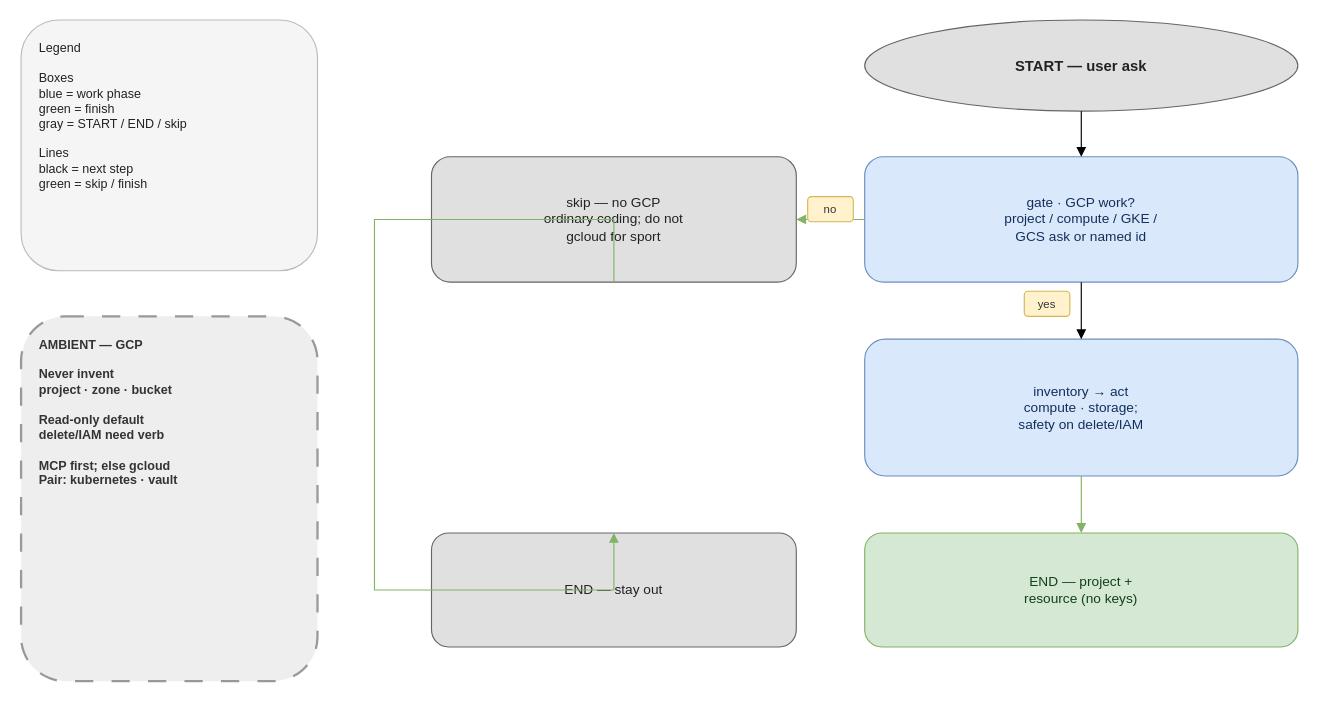
Above: plugins/google-cloud/docs/google-cloud-workflow.drawio in nodadyoushutup/marketplace (draw.io), before the change. Source tidied: cells renumbered, new cells numbered last; positions are measured from the earlier drawing's top-left corner, leaving out a move shared by most shapes. Both pictures are drawn from the tidied source at 114%, with x=0, y=0 at pixel (21, 19).
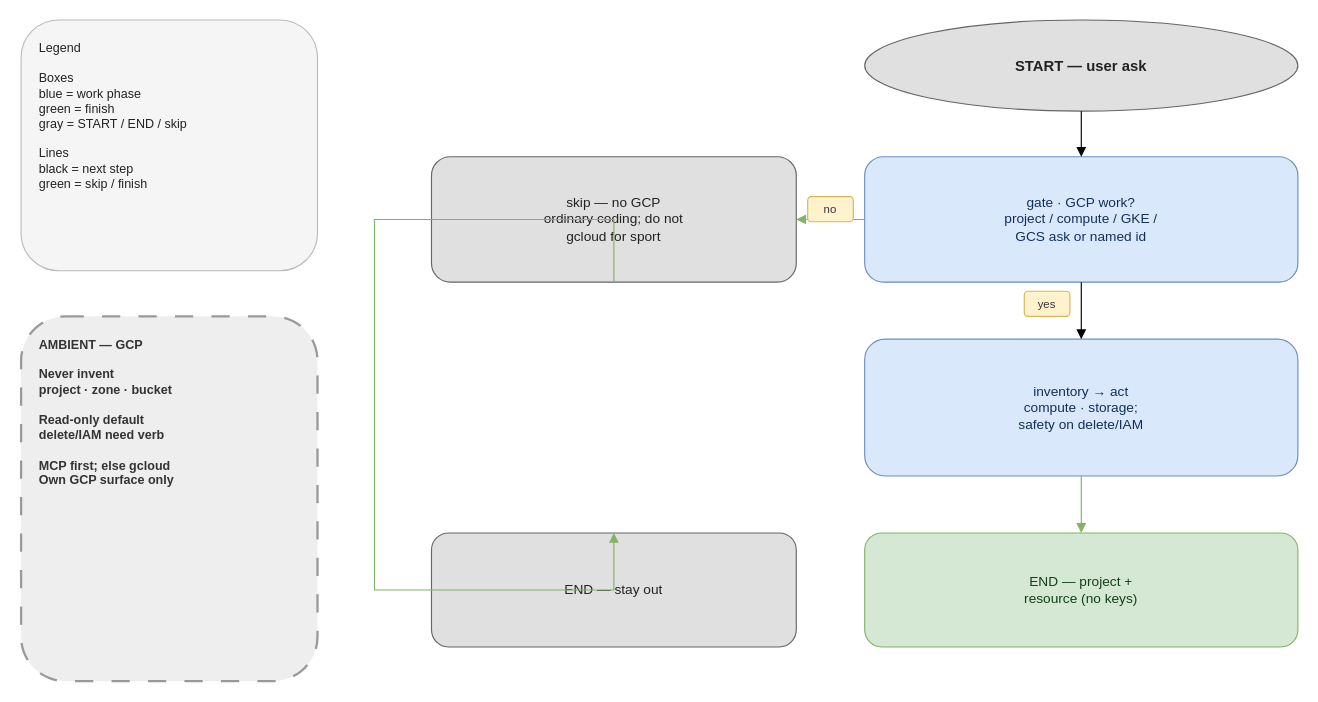
Above is the later version.

The edit, as a diff of the source:
```diff
@@
 <mxGraphModel>
   <root>
     <mxCell id="0" />
     <mxCell id="1" parent="0" />
     <mxCell id="2" value="Legend&#10;&#10;Boxes&#10;blue = work phase&#10;green = finish&#10;gray = START / END / skip&#10;&#10;Lines&#10;black = next step&#10;green = skip / finish" style="rounded=1;whiteSpace=wrap;html=1;align=left;verticalAlign=top;spacingLeft=14;spacingRight=14;spacingTop=12;spacingBottom=12;fontSize=11;fillColor=#f5f5f5;strokeColor=#bbbbbb;fontColor=#222222;" parent="1" vertex="1">
       <mxGeometry width="260" height="220" as="geometry" />
     </mxCell>
-    <mxCell id="3" value="AMBIENT — GCP&#10;&#10;Never invent&#10;project · zone · bucket&#10;&#10;Read-only default&#10;delete/IAM need verb&#10;&#10;MCP first; else gcloud&#10;Pair: kubernetes · vault" style="rounded=1;whiteSpace=wrap;html=1;dashed=1;dashPattern=8 8;align=left;verticalAlign=top;spacingLeft=14;spacingRight=14;spacingTop=12;spacingBottom=12;fontSize=11;fontStyle=1;fillColor=#eeeeee;strokeColor=#999999;strokeWidth=2;fontColor=#333333;" parent="1" vertex="1">
+    <mxCell id="3" value="AMBIENT — GCP&#10;&#10;Never invent&#10;project · zone · bucket&#10;&#10;Read-only default&#10;delete/IAM need verb&#10;&#10;MCP first; else gcloud&#10;Own GCP surface only" style="rounded=1;whiteSpace=wrap;html=1;dashed=1;dashPattern=8 8;align=left;verticalAlign=top;spacingLeft=14;spacingRight=14;spacingTop=12;spacingBottom=12;fontSize=11;fontStyle=1;fillColor=#eeeeee;strokeColor=#999999;strokeWidth=2;fontColor=#333333;" parent="1" vertex="1">
       <mxGeometry y="260" width="260" height="320" as="geometry" />
     </mxCell>
     <mxCell id="4" value="START — user ask" style="ellipse;whiteSpace=wrap;html=1;align=center;verticalAlign=middle;fontSize=13;fontStyle=1;fillColor=#e0e0e0;strokeColor=#666666;fontColor=#222222;" parent="1" vertex="1">
       <mxGeometry x="740" width="380" height="80" as="geometry" />
     </mxCell>
     <mxCell id="5" value="gate · GCP work?&#10;project / compute / GKE /&#10;GCS ask or named id" style="rounded=1;whiteSpace=wrap;html=1;align=center;verticalAlign=middle;spacingLeft=12;spacingRight=12;fontSize=12;fillColor=#dae8fc;strokeColor=#6c8ebf;fontColor=#12305B;" parent="1" vertex="1">
       <mxGeometry x="740" y="120" width="380" height="110" as="geometry" />
     </mxCell>
     <mxCell id="6" value="skip — no GCP&#10;ordinary coding; do not&#10;gcloud for sport" style="rounded=1;whiteSpace=wrap;html=1;align=center;verticalAlign=middle;spacingLeft=12;spacingRight=12;fontSize=12;fillColor=#e0e0e0;strokeColor=#666666;fontColor=#222222;" parent="1" vertex="1">
       <mxGeometry x="360" y="120" width="320" height="110" as="geometry" />
     </mxCell>
     <mxCell id="7" value="inventory → act&#10;compute · storage;&#10;safety on delete/IAM" style="rounded=1;whiteSpace=wrap;html=1;align=center;verticalAlign=middle;spacingLeft=12;spacingRight=12;fontSize=12;fillColor=#dae8fc;strokeColor=#6c8ebf;fontColor=#12305B;" parent="1" vertex="1">
       <mxGeometry x="740" y="280" width="380" height="120" as="geometry" />
     </mxCell>
     <mxCell id="8" value="END — project +&#10;resource (no keys)" style="rounded=1;whiteSpace=wrap;html=1;align=center;verticalAlign=middle;spacingLeft=12;spacingRight=12;fontSize=12;fillColor=#d5e8d4;strokeColor=#82b366;fontColor=#12401A;" parent="1" vertex="1">
       <mxGeometry x="740" y="450" width="380" height="100" as="geometry" />
     </mxCell>
     <mxCell id="9" value="END — stay out" style="rounded=1;whiteSpace=wrap;html=1;align=center;verticalAlign=middle;spacingLeft=12;spacingRight=12;fontSize=12;fillColor=#e0e0e0;strokeColor=#666666;fontColor=#222222;" parent="1" vertex="1">
       <mxGeometry x="360" y="450" width="320" height="100" as="geometry" />
     </mxCell>
     <mxCell id="10" style="edgeStyle=orthogonalEdgeStyle;rounded=0;html=1;endArrow=block;jumpStyle=arc;jumpSize=10;exitX=0.5;exitY=1;entryX=0.5;entryY=0;" parent="1" edge="1" source="4" target="5">
       <mxGeometry relative="1" as="geometry" />
     </mxCell>
     <mxCell id="11" style="edgeStyle=orthogonalEdgeStyle;rounded=0;html=1;endArrow=block;jumpStyle=arc;jumpSize=10;strokeColor=#82b366;exitX=0;exitY=0.5;entryX=1;entryY=0.5;" parent="1" edge="1" source="5" target="6">
       <mxGeometry relative="1" as="geometry" />
     </mxCell>
     <mxCell id="12" value="no" style="rounded=1;whiteSpace=wrap;html=1;align=center;verticalAlign=middle;fontSize=10;fillColor=#fff2cc;strokeColor=#d6b656;fontColor=#333333;" parent="1" vertex="1">
       <mxGeometry x="690" y="155" width="40" height="22" as="geometry" />
     </mxCell>
     <mxCell id="13" style="edgeStyle=orthogonalEdgeStyle;rounded=0;html=1;endArrow=block;jumpStyle=arc;jumpSize=10;exitX=0.5;exitY=1;entryX=0.5;entryY=0;" parent="1" edge="1" source="5" target="7">
       <mxGeometry relative="1" as="geometry" />
     </mxCell>
     <mxCell id="14" value="yes" style="rounded=1;whiteSpace=wrap;html=1;align=center;verticalAlign=middle;fontSize=10;fillColor=#fff2cc;strokeColor=#d6b656;fontColor=#333333;" parent="1" vertex="1">
       <mxGeometry x="880" y="238" width="40" height="22" as="geometry" />
     </mxCell>
     <mxCell id="15" style="edgeStyle=orthogonalEdgeStyle;rounded=0;html=1;endArrow=block;jumpStyle=arc;jumpSize=10;strokeColor=#82b366;exitX=0.5;exitY=1;entryX=0.5;entryY=0;" parent="1" edge="1" source="7" target="8">
       <mxGeometry relative="1" as="geometry" />
     </mxCell>
     <mxCell id="16" style="edgeStyle=orthogonalEdgeStyle;rounded=0;html=1;endArrow=block;jumpStyle=arc;jumpSize=10;strokeColor=#82b366;exitX=0.5;exitY=1;entryX=0.5;entryY=0;" parent="1" edge="1" source="6" target="9">
       <mxGeometry relative="1" as="geometry">
         <Array as="points">
           <mxPoint x="310" y="175" />
           <mxPoint x="310" y="500" />
         </Array>
       </mxGeometry>
     </mxCell>
   </root>
 </mxGraphModel>
```
